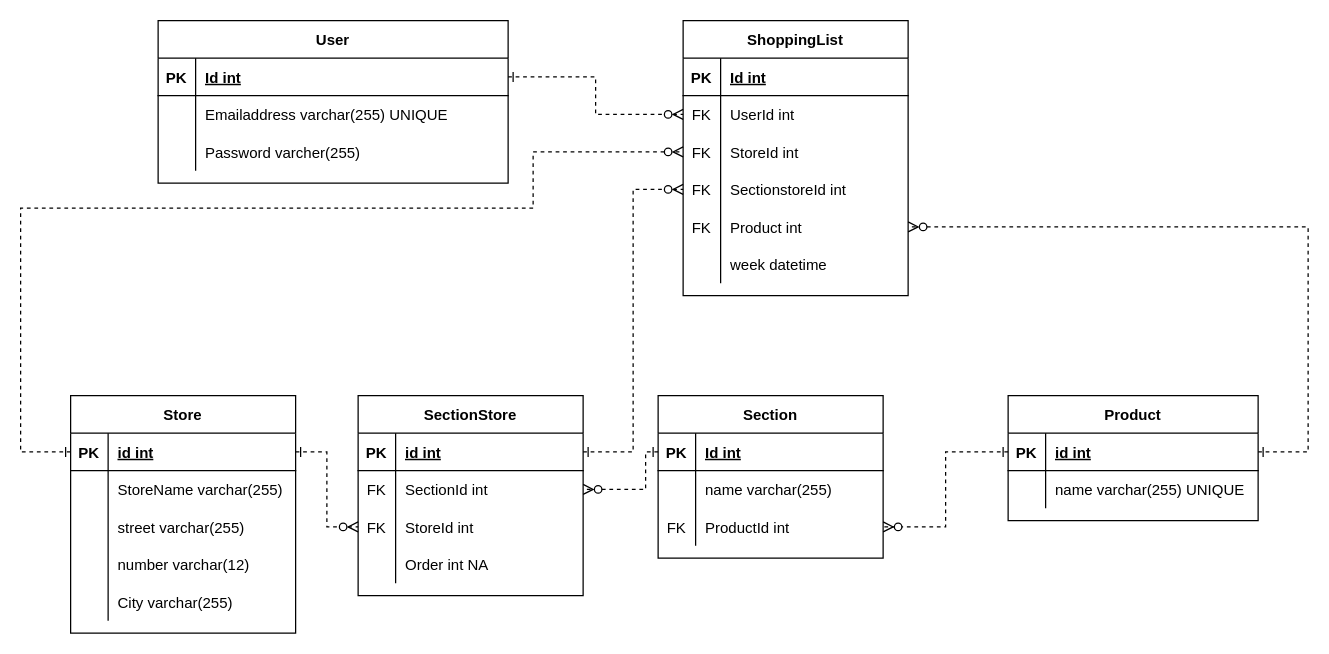
This is Erd Agile and testing Winkellijst.drawio from Agile-TestingTeam2/Project_winkellijst, a draw.io file, before an edit. Source tidied: cells renumbered, new cells numbered last; positions are measured from the earlier drawing's top-left corner, leaving out a move shared by most shapes. Both pictures are drawn from the tidied source at 125%, with x=0, y=0 at pixel (20, 20).
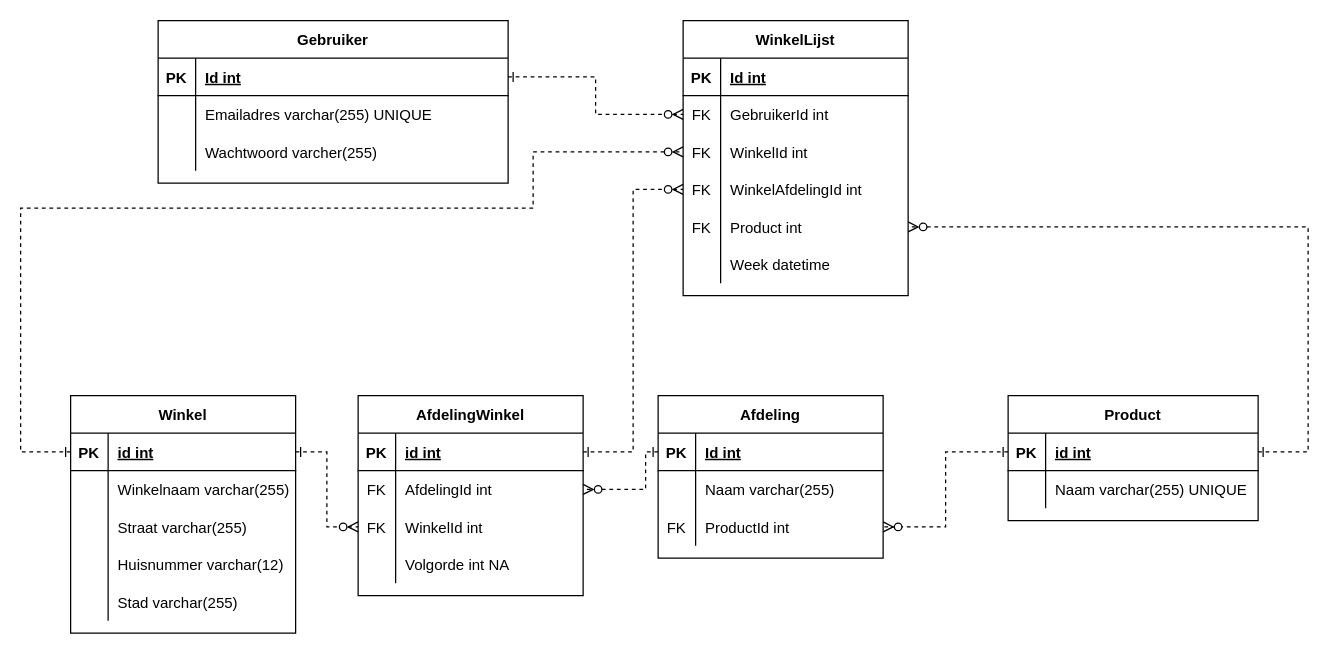
The same diagram, later.

Commit message:
Erd naar het nederlands vertaald en connectie weggehaald

The change refers to these unchanged cells:
```xml
<mxCell id="6" style="shape=partialRectangle;fillColor=none;top=0;left=0;bottom=0;right=0;" parent="2" vertex="1">
  <mxGeometry y="60" width="180" height="30" as="geometry" />
</mxCell>
<mxCell id="9" style="shape=partialRectangle;fillColor=none;top=0;left=0;bottom=0;right=0;" parent="2" vertex="1">
  <mxGeometry y="90" width="180" height="30" as="geometry" />
</mxCell>
<mxCell id="12" style="shape=partialRectangle;fillColor=none;top=0;left=0;bottom=0;right=0;" parent="2" vertex="1">
  <mxGeometry y="120" width="180" height="30" as="geometry" />
</mxCell>
<mxCell id="15" style="shape=partialRectangle;fillColor=none;top=0;left=0;bottom=0;right=0;" parent="2" vertex="1">
  <mxGeometry y="150" width="180" height="30" as="geometry" />
</mxCell>
<mxCell id="22" style="shape=partialRectangle;fillColor=none;top=0;left=0;bottom=0;right=0;" parent="18" vertex="1">
  <mxGeometry y="60" width="200" height="30" as="geometry" />
</mxCell>
<mxCell id="29" style="shape=partialRectangle;fillColor=none;top=0;left=0;bottom=0;right=0;" parent="25" vertex="1">
  <mxGeometry y="60" width="180" height="30" as="geometry" />
</mxCell>
<mxCell id="39" style="shape=partialRectangle;fillColor=none;top=0;left=0;bottom=0;right=0;points=[[0,0.5],[1,0.5]];portConstraint=eastwest;" parent="35" vertex="1">
  <mxGeometry y="60" width="180" height="30" as="geometry" />
</mxCell>
<mxCell id="42" style="shape=partialRectangle;fillColor=none;top=0;left=0;bottom=0;right=0;points=[[0,0.5],[1,0.5]];portConstraint=eastwest;" parent="35" vertex="1">
  <mxGeometry y="90" width="180" height="30" as="geometry" />
</mxCell>
<mxCell id="45" style="shape=partialRectangle;fillColor=none;top=0;left=0;bottom=0;right=0;points=[[0,0.5],[1,0.5]];portConstraint=eastwest;" parent="35" vertex="1">
  <mxGeometry y="120" width="180" height="30" as="geometry" />
</mxCell>
<mxCell id="51" style="shape=partialRectangle;fillColor=none;top=0;left=0;bottom=0;right=0;" parent="35" vertex="1">
  <mxGeometry y="180" width="180" height="30" as="geometry" />
</mxCell>
<mxCell id="58" style="shape=partialRectangle;fillColor=none;top=0;left=0;bottom=0;right=0;" parent="54" vertex="1">
  <mxGeometry y="60" width="280" height="30" as="geometry" />
</mxCell>
<mxCell id="61" style="shape=partialRectangle;fillColor=none;top=0;left=0;bottom=0;right=0;" parent="54" vertex="1">
  <mxGeometry y="90" width="280" height="30" as="geometry" />
</mxCell>
<mxCell id="70" style="shape=partialRectangle;fillColor=none;top=0;left=0;bottom=0;right=0;points=[[0,0.5],[1,0.5]];portConstraint=eastwest;" parent="66" vertex="1">
  <mxGeometry y="60" width="180" height="30" as="geometry" />
</mxCell>
<mxCell id="73" style="shape=partialRectangle;fillColor=none;top=0;left=0;bottom=0;right=0;points=[[0,0.5],[1,0.5]];portConstraint=eastwest;" parent="66" vertex="1">
  <mxGeometry y="90" width="180" height="30" as="geometry" />
</mxCell>
<mxCell id="76" style="shape=partialRectangle;fillColor=none;top=0;left=0;bottom=0;right=0;" parent="66" vertex="1">
  <mxGeometry y="120" width="180" height="30" as="geometry" />
</mxCell>
```

What changed in the source:
```diff
@@
-    <mxCell id="2" value="Store" style="shape=table;startSize=30;childLayout=tableLayout;rowLines=0;fontStyle=1;align=center;" parent="1" vertex="1">
+    <mxCell id="2" value="Winkel" style="shape=table;startSize=30;childLayout=tableLayout;rowLines=0;fontStyle=1;align=center;" parent="1" vertex="1">
       <mxGeometry x="40" y="300" width="180" height="190" as="geometry" />
     </mxCell>
@@
-    <mxCell id="8" value="StoreName varchar(255)" style="shape=partialRectangle;fillColor=none;top=0;left=0;bottom=0;right=0;align=left;spacingLeft=6;overflow=hidden;" parent="6" vertex="1">
+    <mxCell id="8" value="Winkelnaam varchar(255)" style="shape=partialRectangle;fillColor=none;top=0;left=0;bottom=0;right=0;align=left;spacingLeft=6;overflow=hidden;" parent="6" vertex="1">
       <mxGeometry x="30" width="150" height="30" as="geometry" />
     </mxCell>
@@
-    <mxCell id="11" value="street varchar(255)" style="shape=partialRectangle;fillColor=none;top=0;left=0;bottom=0;right=0;align=left;spacingLeft=6;overflow=hidden;" parent="9" vertex="1">
+    <mxCell id="11" value="Straat varchar(255)" style="shape=partialRectangle;fillColor=none;top=0;left=0;bottom=0;right=0;align=left;spacingLeft=6;overflow=hidden;" parent="9" vertex="1">
       <mxGeometry x="30" width="150" height="30" as="geometry" />
     </mxCell>
@@
-    <mxCell id="14" value="number varchar(12)" style="shape=partialRectangle;fillColor=none;top=0;left=0;bottom=0;right=0;align=left;spacingLeft=6;overflow=hidden;" parent="12" vertex="1">
+    <mxCell id="14" value="Huisnummer varchar(12)" style="shape=partialRectangle;fillColor=none;top=0;left=0;bottom=0;right=0;align=left;spacingLeft=6;overflow=hidden;" parent="12" vertex="1">
       <mxGeometry x="30" width="150" height="30" as="geometry" />
     </mxCell>
@@
-    <mxCell id="17" value="City varchar(255)" style="shape=partialRectangle;fillColor=none;top=0;left=0;bottom=0;right=0;align=left;spacingLeft=6;overflow=hidden;" parent="15" vertex="1">
+    <mxCell id="17" value="Stad varchar(255)" style="shape=partialRectangle;fillColor=none;top=0;left=0;bottom=0;right=0;align=left;spacingLeft=6;overflow=hidden;" parent="15" vertex="1">
       <mxGeometry x="30" width="150" height="30" as="geometry" />
     </mxCell>
@@
-    <mxCell id="24" value="name varchar(255) UNIQUE " style="shape=partialRectangle;fillColor=none;top=0;left=0;bottom=0;right=0;align=left;spacingLeft=6;overflow=hidden;" parent="22" vertex="1">
+    <mxCell id="24" value="Naam varchar(255) UNIQUE " style="shape=partialRectangle;fillColor=none;top=0;left=0;bottom=0;right=0;align=left;spacingLeft=6;overflow=hidden;" parent="22" vertex="1">
       <mxGeometry x="30" width="170" height="30" as="geometry" />
     </mxCell>
-    <mxCell id="25" value="Section" style="shape=table;startSize=30;childLayout=tableLayout;rowLines=0;fontStyle=1;align=center;" parent="1" vertex="1">
+    <mxCell id="25" value="Afdeling" style="shape=table;startSize=30;childLayout=tableLayout;rowLines=0;fontStyle=1;align=center;" parent="1" vertex="1">
       <mxGeometry x="510" y="300" width="180" height="130" as="geometry" />
     </mxCell>
@@
-    <mxCell id="31" value="name varchar(255)" style="shape=partialRectangle;fillColor=none;top=0;left=0;bottom=0;right=0;align=left;spacingLeft=6;overflow=hidden;" parent="29" vertex="1">
+    <mxCell id="31" value="Naam varchar(255)" style="shape=partialRectangle;fillColor=none;top=0;left=0;bottom=0;right=0;align=left;spacingLeft=6;overflow=hidden;" parent="29" vertex="1">
       <mxGeometry x="30" width="150" height="30" as="geometry" />
     </mxCell>
@@
-    <mxCell id="35" value="ShoppingList" style="shape=table;startSize=30;childLayout=tableLayout;rowLines=0;fontStyle=1;align=center;" parent="1" vertex="1">
+    <mxCell id="35" value="WinkelLijst" style="shape=table;startSize=30;childLayout=tableLayout;rowLines=0;fontStyle=1;align=center;" parent="1" vertex="1">
       <mxGeometry x="530" width="180" height="220" as="geometry" />
     </mxCell>
@@
-    <mxCell id="41" value="UserId int" style="shape=partialRectangle;fillColor=none;top=0;left=0;bottom=0;right=0;align=left;spacingLeft=6;overflow=hidden;" parent="39" vertex="1">
+    <mxCell id="41" value="GebruikerId int" style="shape=partialRectangle;fillColor=none;top=0;left=0;bottom=0;right=0;align=left;spacingLeft=6;overflow=hidden;" parent="39" vertex="1">
       <mxGeometry x="30" width="150" height="30" as="geometry" />
     </mxCell>
@@
-    <mxCell id="44" value="StoreId int" style="shape=partialRectangle;fillColor=none;top=0;left=0;bottom=0;right=0;align=left;spacingLeft=6;overflow=hidden;" parent="42" vertex="1">
+    <mxCell id="44" value="WinkelId int" style="shape=partialRectangle;fillColor=none;top=0;left=0;bottom=0;right=0;align=left;spacingLeft=6;overflow=hidden;" parent="42" vertex="1">
       <mxGeometry x="30" width="150" height="30" as="geometry" />
     </mxCell>
@@
-    <mxCell id="47" value="SectionstoreId int" style="shape=partialRectangle;fillColor=none;top=0;left=0;bottom=0;right=0;align=left;spacingLeft=6;overflow=hidden;" parent="45" vertex="1">
+    <mxCell id="47" value="WinkelAfdelingId int" style="shape=partialRectangle;fillColor=none;top=0;left=0;bottom=0;right=0;align=left;spacingLeft=6;overflow=hidden;" parent="45" vertex="1">
       <mxGeometry x="30" width="150" height="30" as="geometry" />
     </mxCell>
@@
-    <mxCell id="53" value="week datetime" style="shape=partialRectangle;fillColor=none;top=0;left=0;bottom=0;right=0;align=left;spacingLeft=6;overflow=hidden;" parent="51" vertex="1">
+    <mxCell id="53" value="Week datetime" style="shape=partialRectangle;fillColor=none;top=0;left=0;bottom=0;right=0;align=left;spacingLeft=6;overflow=hidden;" parent="51" vertex="1">
       <mxGeometry x="30" width="150" height="30" as="geometry" />
     </mxCell>
-    <mxCell id="54" value="User" style="shape=table;startSize=30;childLayout=tableLayout;rowLines=0;fontStyle=1;align=center;" parent="1" vertex="1">
+    <mxCell id="54" value="Gebruiker" style="shape=table;startSize=30;childLayout=tableLayout;rowLines=0;fontStyle=1;align=center;" parent="1" vertex="1">
       <mxGeometry x="110" width="280" height="130" as="geometry" />
     </mxCell>
@@
-    <mxCell id="60" value="Emailaddress varchar(255) UNIQUE" style="shape=partialRectangle;fillColor=none;top=0;left=0;bottom=0;right=0;align=left;spacingLeft=6;overflow=hidden;" parent="58" vertex="1">
+    <mxCell id="60" value="Emailadres varchar(255) UNIQUE" style="shape=partialRectangle;fillColor=none;top=0;left=0;bottom=0;right=0;align=left;spacingLeft=6;overflow=hidden;" parent="58" vertex="1">
       <mxGeometry x="30" width="250" height="30" as="geometry" />
     </mxCell>
@@
-    <mxCell id="63" value="Password varcher(255)" style="shape=partialRectangle;fillColor=none;top=0;left=0;bottom=0;right=0;align=left;spacingLeft=6;overflow=hidden;" parent="61" vertex="1">
+    <mxCell id="63" value="Wachtwoord varcher(255)" style="shape=partialRectangle;fillColor=none;top=0;left=0;bottom=0;right=0;align=left;spacingLeft=6;overflow=hidden;" parent="61" vertex="1">
       <mxGeometry x="30" width="250" height="30" as="geometry" />
     </mxCell>
@@
-    <mxCell id="66" value="SectionStore" style="shape=table;startSize=30;childLayout=tableLayout;rowLines=0;fontStyle=1;align=center;" parent="1" vertex="1">
+    <mxCell id="66" value="AfdelingWinkel" style="shape=table;startSize=30;childLayout=tableLayout;rowLines=0;fontStyle=1;align=center;" parent="1" vertex="1">
       <mxGeometry x="270" y="300" width="180" height="160" as="geometry" />
     </mxCell>
@@
-    <mxCell id="72" value="SectionId int" style="shape=partialRectangle;fillColor=none;top=0;left=0;bottom=0;right=0;align=left;spacingLeft=6;overflow=hidden;" parent="70" vertex="1">
+    <mxCell id="72" value="AfdelingId int" style="shape=partialRectangle;fillColor=none;top=0;left=0;bottom=0;right=0;align=left;spacingLeft=6;overflow=hidden;" parent="70" vertex="1">
       <mxGeometry x="30" width="150" height="30" as="geometry" />
     </mxCell>
@@
-    <mxCell id="75" value="StoreId int" style="shape=partialRectangle;fillColor=none;top=0;left=0;bottom=0;right=0;align=left;spacingLeft=6;overflow=hidden;" parent="73" vertex="1">
+    <mxCell id="75" value="WinkelId int" style="shape=partialRectangle;fillColor=none;top=0;left=0;bottom=0;right=0;align=left;spacingLeft=6;overflow=hidden;" parent="73" vertex="1">
       <mxGeometry x="30" width="150" height="30" as="geometry" />
     </mxCell>
@@
-    <mxCell id="78" value="Order int NA" style="shape=partialRectangle;fillColor=none;top=0;left=0;bottom=0;right=0;align=left;spacingLeft=6;overflow=hidden;" parent="76" vertex="1">
+    <mxCell id="78" value="Volgorde int NA" style="shape=partialRectangle;fillColor=none;top=0;left=0;bottom=0;right=0;align=left;spacingLeft=6;overflow=hidden;" parent="76" vertex="1">
       <mxGeometry x="30" width="150" height="30" as="geometry" />
     </mxCell>
```
